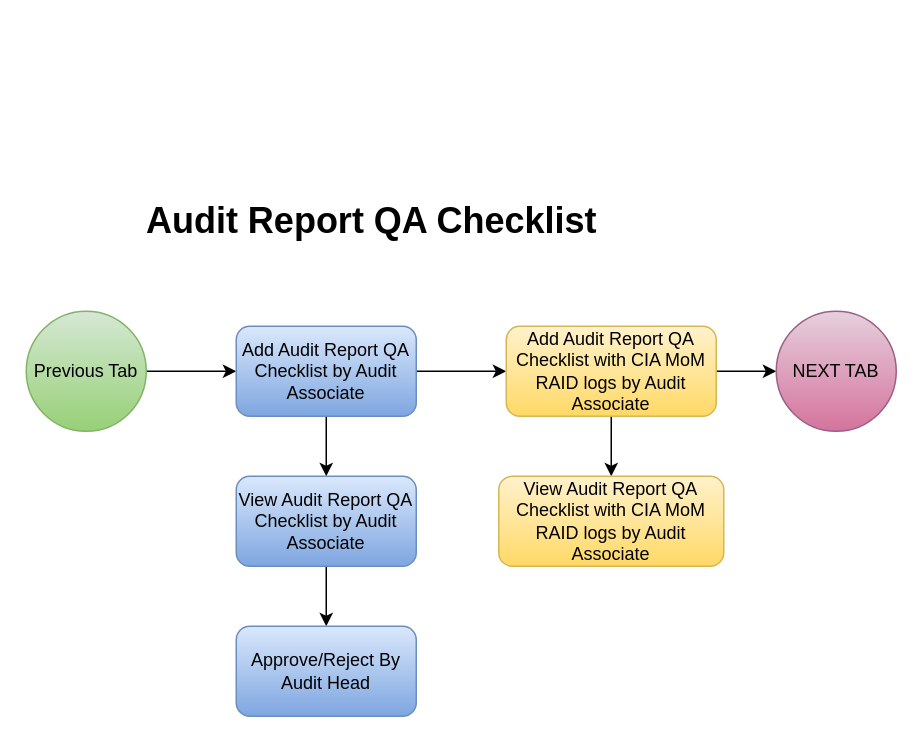
The draw.io diagram page "Audit Report QA Checklist" (24 of 31) of ERM & IA DFD.drawio in AvikM1996/draw.io, before the edit. Source tidied: cells renumbered, new cells numbered last; positions are measured from the earlier drawing's top-left corner, leaving out a move shared by most shapes. Both pictures are drawn from the tidied source at 150%, with x=0, y=0 at pixel (26, 190).
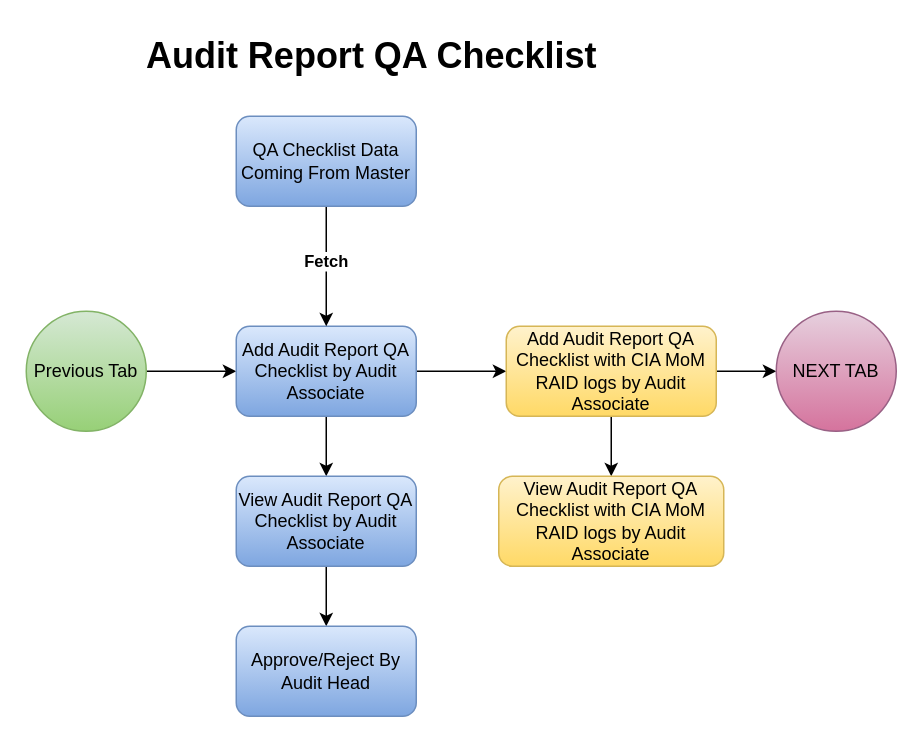
The same page after the edit.

The change refers to these unchanged cells:
```xml
<mxCell id="6" value="Add Audit Report QA Checklist by Audit Associate" style="rounded=1;whiteSpace=wrap;html=1;fillColor=#dae8fc;gradientColor=#7ea6e0;strokeColor=#6c8ebf;" parent="1" vertex="1">
  <mxGeometry x="140" y="90" width="120" height="60" as="geometry" />
</mxCell>
```

The edit, as a diff of the source:
```diff
@@
     <mxCell id="15" value="Audit Report QA Checklist" style="text;strokeColor=none;fillColor=none;html=1;fontSize=24;fontStyle=1;verticalAlign=middle;align=center;rounded=1;" parent="1" vertex="1">
-      <mxGeometry x="180" width="100" height="40" as="geometry" />
+      <mxGeometry x="180" y="-110" width="100" height="40" as="geometry" />
     </mxCell>
+    <mxCell id="16" style="edgeStyle=orthogonalEdgeStyle;rounded=0;jettySize=auto;html=1;" parent="1" edge="1" source="18" target="6">
+      <mxGeometry relative="1" as="geometry" />
+    </mxCell>
+    <mxCell id="17" value="&lt;b&gt;Fetch&lt;/b&gt;" style="edgeLabel;html=1;align=center;verticalAlign=middle;" parent="16" vertex="1">
+      <mxGeometry x="-0.1" y="-1" relative="1" as="geometry" />
+    </mxCell>
+    <mxCell id="18" value="QA Checklist Data Coming From Master" style="whiteSpace=wrap;html=1;fillColor=#dae8fc;strokeColor=#6c8ebf;rounded=1;gradientColor=#7ea6e0;" parent="1" vertex="1">
+      <mxGeometry x="140" y="-50" width="120" height="60" as="geometry" />
+    </mxCell>
```
